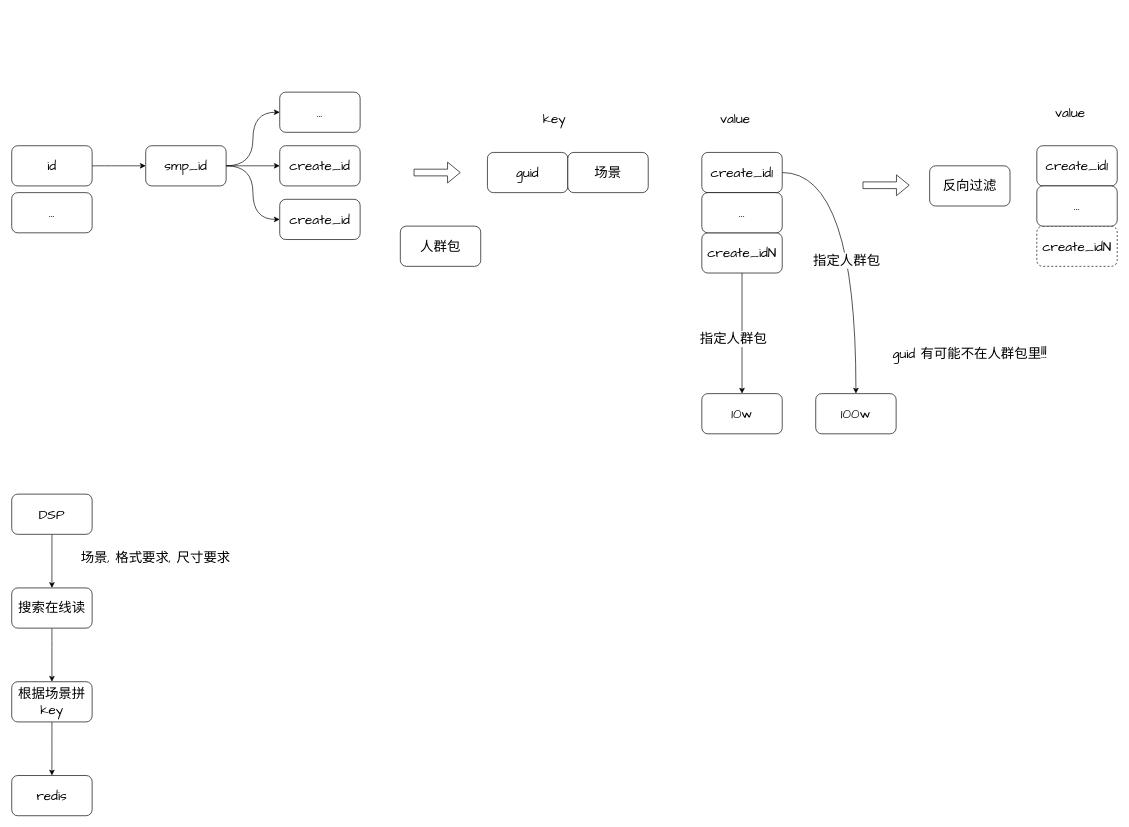
Above: put_online.drawio in hashyong/drawio (draw.io), before the change. Source tidied: cells renumbered, new cells numbered last; positions are measured from the earlier drawing's top-left corner, leaving out a move shared by most shapes. Both pictures are drawn from the tidied source at 67%, with x=0, y=0 at pixel (11, 92).
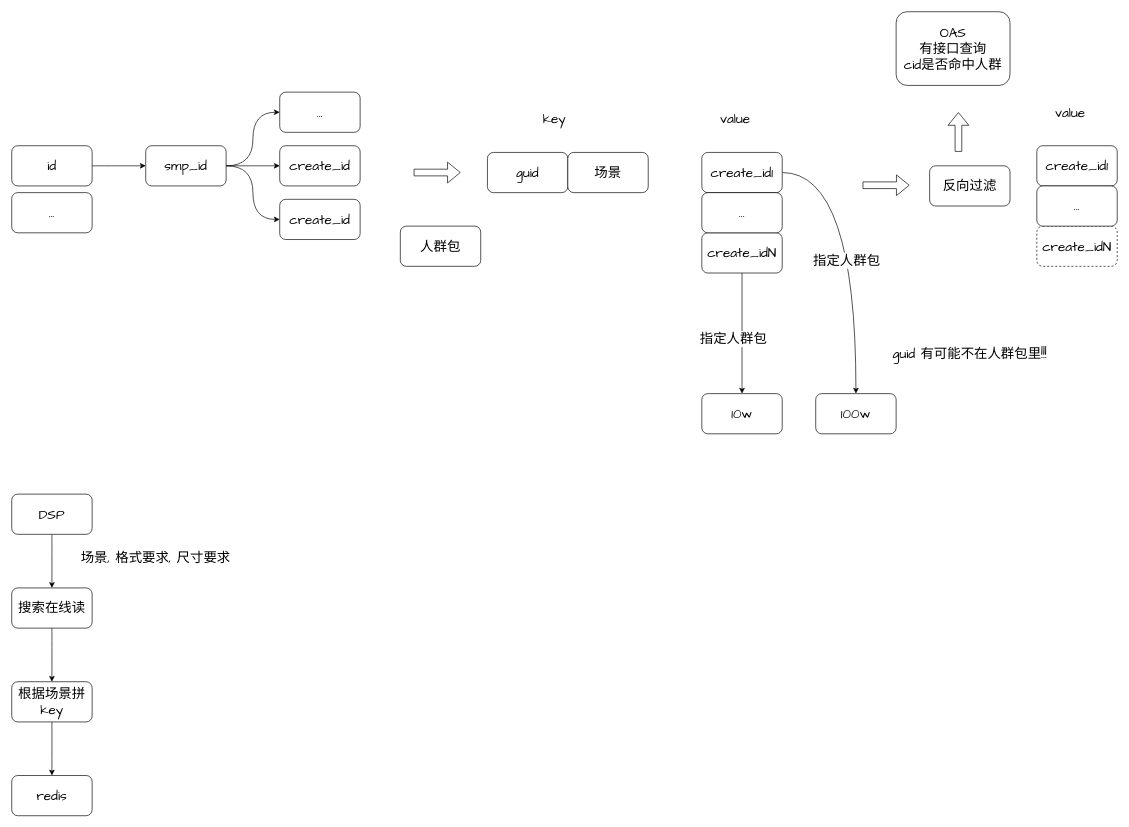
After the change.

What changed in the source:
```diff
@@
+    <mxCell id="42" value="&lt;span style=&quot;font-size: 20px ; font-weight: normal&quot;&gt;OAS&lt;br&gt;有接口查询&lt;br&gt;cid是否命中人群&lt;br&gt;&lt;/span&gt;" style="whiteSpace=wrap;html=1;rounded=1;fontFamily=Comic Sans MS;fontSize=20;align=center;fontStyle=1;" parent="1" vertex="1">
+      <mxGeometry x="1320" y="-120" width="170" height="110" as="geometry" />
+    </mxCell>
+    <mxCell id="43" style="shape=flexArrow;endArrow=classic;html=1;fontFamily=Comic Sans MS;fontSize=20;" parent="1" edge="1">
+      <mxGeometry relative="1" as="geometry">
+        <mxPoint x="1413" y="89" as="sourcePoint" />
+        <mxPoint x="1413" y="30" as="targetPoint" />
+      </mxGeometry>
+    </mxCell>
```
